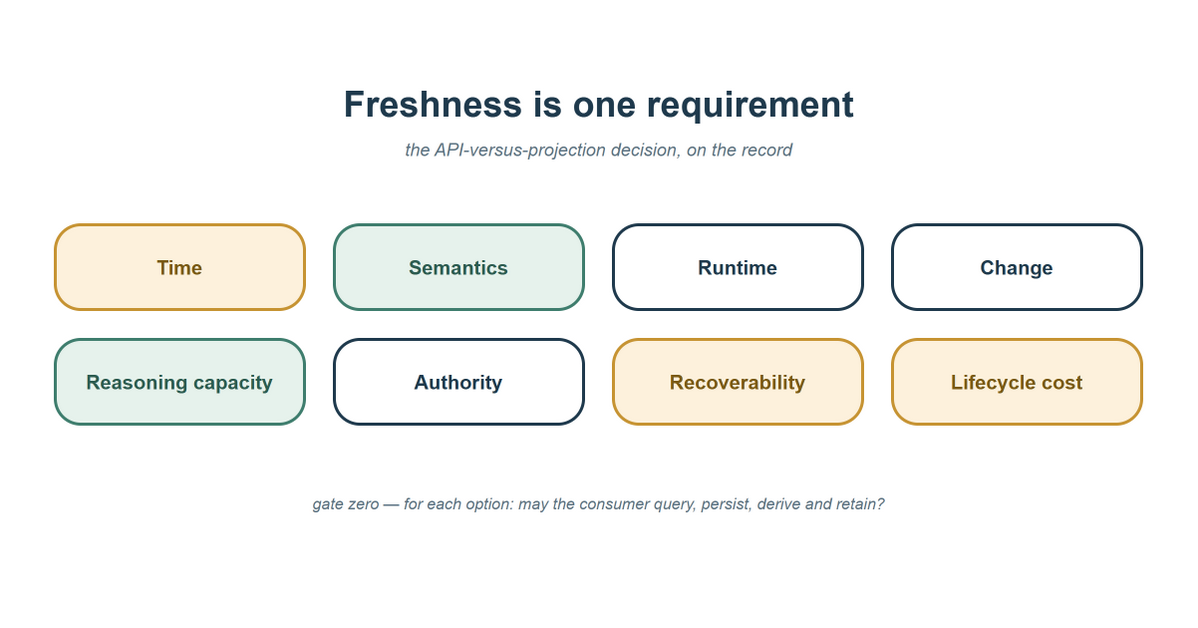
This is content/posts/freshness-isnt-the-only-axis/social-card.drawio.png from AlexeyEvlampiev/alexeyevlampiev.github.io, a draw.io export, as it was before one commit. Source tidied: cells renumbered, new cells last; positions are measured from the earlier drawing's top-left corner, leaving out a move shared by most shapes.
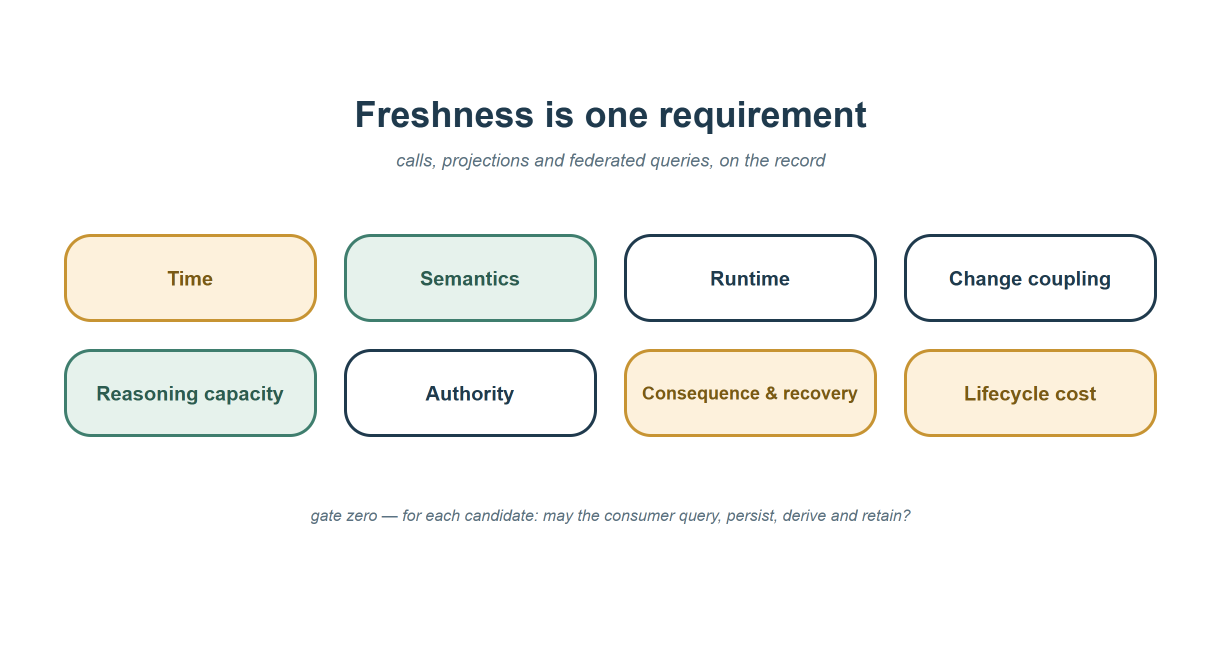
After the change.

What changed in the source:
```diff
@@ -8,7 +8,7 @@
     <mxCell id="3" value="Freshness is one requirement" style="text;html=1;fontSize=36;fontStyle=1;fontColor=#1f3a4d;align=center;verticalAlign=middle;" parent="1" vertex="1">
       <mxGeometry x="100" y="80" width="1000" height="48" as="geometry" />
     </mxCell>
-    <mxCell id="4" value="the API-versus-projection decision, on the record" style="text;html=1;fontSize=18;fontStyle=2;fontColor=#5b7282;align=center;verticalAlign=middle;" parent="1" vertex="1">
+    <mxCell id="4" value="calls, projections and federated queries, on the record" style="text;html=1;fontSize=18;fontStyle=2;fontColor=#5b7282;align=center;verticalAlign=middle;" parent="1" vertex="1">
       <mxGeometry x="100" y="135" width="1000" height="30" as="geometry" />
     </mxCell>
     <mxCell id="5" value="&lt;font style=&quot;font-size:20px&quot;&gt;&lt;b&gt;Time&lt;/b&gt;&lt;/font&gt;" style="rounded=1;whiteSpace=wrap;html=1;fillColor=#fdf1dc;strokeColor=#c79433;strokeWidth=3;fontColor=#7a5a14;arcSize=30;" parent="1" vertex="1">
@@ -20,7 +20,7 @@
     <mxCell id="7" value="&lt;font style=&quot;font-size:20px&quot;&gt;&lt;b&gt;Runtime&lt;/b&gt;&lt;/font&gt;" style="rounded=1;whiteSpace=wrap;html=1;fillColor=#ffffff;strokeColor=#1f3a4d;strokeWidth=3;fontColor=#1f3a4d;arcSize=30;" parent="1" vertex="1">
       <mxGeometry x="615" y="225" width="250" height="85" as="geometry" />
     </mxCell>
-    <mxCell id="8" value="&lt;font style=&quot;font-size:20px&quot;&gt;&lt;b&gt;Change&lt;/b&gt;&lt;/font&gt;" style="rounded=1;whiteSpace=wrap;html=1;fillColor=#ffffff;strokeColor=#1f3a4d;strokeWidth=3;fontColor=#1f3a4d;arcSize=30;" parent="1" vertex="1">
+    <mxCell id="8" value="&lt;font style=&quot;font-size:20px&quot;&gt;&lt;b&gt;Change coupling&lt;/b&gt;&lt;/font&gt;" style="rounded=1;whiteSpace=wrap;html=1;fillColor=#ffffff;strokeColor=#1f3a4d;strokeWidth=3;fontColor=#1f3a4d;arcSize=30;" parent="1" vertex="1">
       <mxGeometry x="895" y="225" width="250" height="85" as="geometry" />
     </mxCell>
     <mxCell id="9" value="&lt;font style=&quot;font-size:20px&quot;&gt;&lt;b&gt;Reasoning capacity&lt;/b&gt;&lt;/font&gt;" style="rounded=1;whiteSpace=wrap;html=1;fillColor=#e6f2ec;strokeColor=#3f7e6e;strokeWidth=3;fontColor=#2c5c50;arcSize=30;" parent="1" vertex="1">
@@ -29,13 +29,13 @@
     <mxCell id="10" value="&lt;font style=&quot;font-size:20px&quot;&gt;&lt;b&gt;Authority&lt;/b&gt;&lt;/font&gt;" style="rounded=1;whiteSpace=wrap;html=1;fillColor=#ffffff;strokeColor=#1f3a4d;strokeWidth=3;fontColor=#1f3a4d;arcSize=30;" parent="1" vertex="1">
       <mxGeometry x="335" y="340" width="250" height="85" as="geometry" />
     </mxCell>
-    <mxCell id="11" value="&lt;font style=&quot;font-size:20px&quot;&gt;&lt;b&gt;Recoverability&lt;/b&gt;&lt;/font&gt;" style="rounded=1;whiteSpace=wrap;html=1;fillColor=#fdf1dc;strokeColor=#c79433;strokeWidth=3;fontColor=#7a5a14;arcSize=30;" parent="1" vertex="1">
+    <mxCell id="11" value="&lt;font style=&quot;font-size:18px&quot;&gt;&lt;b&gt;Consequence &amp;amp; recovery&lt;/b&gt;&lt;/font&gt;" style="rounded=1;whiteSpace=wrap;html=1;fillColor=#fdf1dc;strokeColor=#c79433;strokeWidth=3;fontColor=#7a5a14;arcSize=30;" parent="1" vertex="1">
       <mxGeometry x="615" y="340" width="250" height="85" as="geometry" />
     </mxCell>
     <mxCell id="12" value="&lt;font style=&quot;font-size:20px&quot;&gt;&lt;b&gt;Lifecycle cost&lt;/b&gt;&lt;/font&gt;" style="rounded=1;whiteSpace=wrap;html=1;fillColor=#fdf1dc;strokeColor=#c79433;strokeWidth=3;fontColor=#7a5a14;arcSize=30;" parent="1" vertex="1">
       <mxGeometry x="895" y="340" width="250" height="85" as="geometry" />
     </mxCell>
-    <mxCell id="13" value="&lt;font style=&quot;font-size:16px&quot;&gt;&lt;i&gt;gate zero &amp;#8212; for each option: may the consumer query, persist, derive and retain?&lt;/i&gt;&lt;/font&gt;" style="text;html=1;fontColor=#5b7282;align=center;verticalAlign=middle;" parent="1" vertex="1">
+    <mxCell id="13" value="&lt;font style=&quot;font-size:16px&quot;&gt;&lt;i&gt;gate zero &amp;#8212; for each candidate: may the consumer query, persist, derive and retain?&lt;/i&gt;&lt;/font&gt;" style="text;html=1;fontColor=#5b7282;align=center;verticalAlign=middle;" parent="1" vertex="1">
       <mxGeometry x="100" y="490" width="1000" height="30" as="geometry" />
     </mxCell>
   </root>
```
